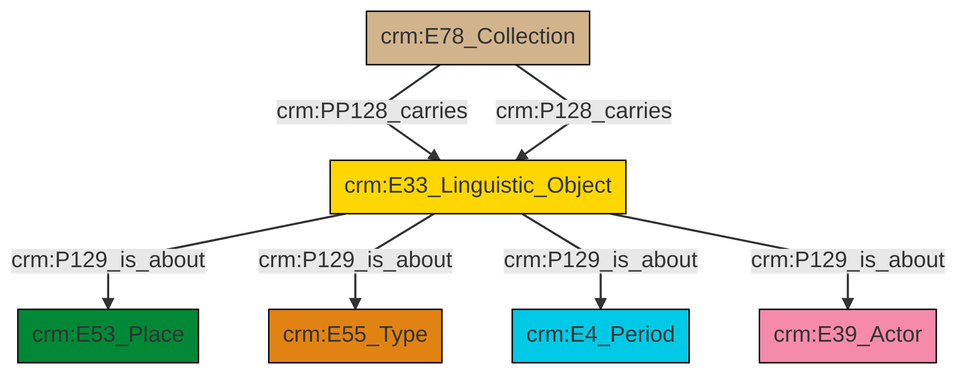
Earlier version of the Mermaid export et/archivalCSV/ttl/mmd/png/archival_aboutness.png (swiss-art-research-net/docs.swissartresearch). Its source is kept beside it as et/archivalCSV/ttl/mmd/archival_aboutness.ttl.mmd.
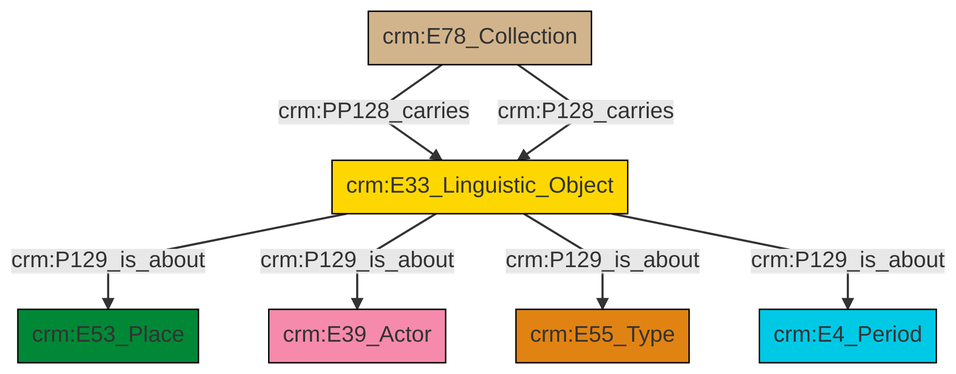
The same file after the commit.

Change to the diagram source:
```diff
@@ -14,8 +14,8 @@
 classDef Multi fill:#cccccc,stroke:#000000;
 
 2["crm:E33_Linguistic_Object"]:::Conceptual_Object -->|crm:P129_is_about| 0["crm:E53_Place"]:::Place
-2["crm:E33_Linguistic_Object"]:::Conceptual_Object -->|crm:P129_is_about| 3["crm:E55_Type"]:::Type
-2["crm:E33_Linguistic_Object"]:::Conceptual_Object -->|crm:P129_is_about| 6["crm:E4_Period"]:::Temporal_Entity
-7["crm:E78_Collection"]:::Physical_Thing -->|crm:PP128_carries| 2["crm:E33_Linguistic_Object"]:::Conceptual_Object
-2["crm:E33_Linguistic_Object"]:::Conceptual_Object -->|crm:P129_is_about| 4["crm:E39_Actor"]:::Actor
-7["crm:E78_Collection"]:::Physical_Thing -->|crm:P128_carries| 2["crm:E33_Linguistic_Object"]:::Conceptual_Object
+2["crm:E33_Linguistic_Object"]:::Conceptual_Object -->|crm:P129_is_about| 5["crm:E39_Actor"]:::Actor
+9["crm:E78_Collection"]:::Physical_Thing -->|crm:PP128_carries| 2["crm:E33_Linguistic_Object"]:::Conceptual_Object
+2["crm:E33_Linguistic_Object"]:::Conceptual_Object -->|crm:P129_is_about| 7["crm:E55_Type"]:::Type
+9["crm:E78_Collection"]:::Physical_Thing -->|crm:P128_carries| 2["crm:E33_Linguistic_Object"]:::Conceptual_Object
+2["crm:E33_Linguistic_Object"]:::Conceptual_Object -->|crm:P129_is_about| 3["crm:E4_Period"]:::Temporal_Entity
```
